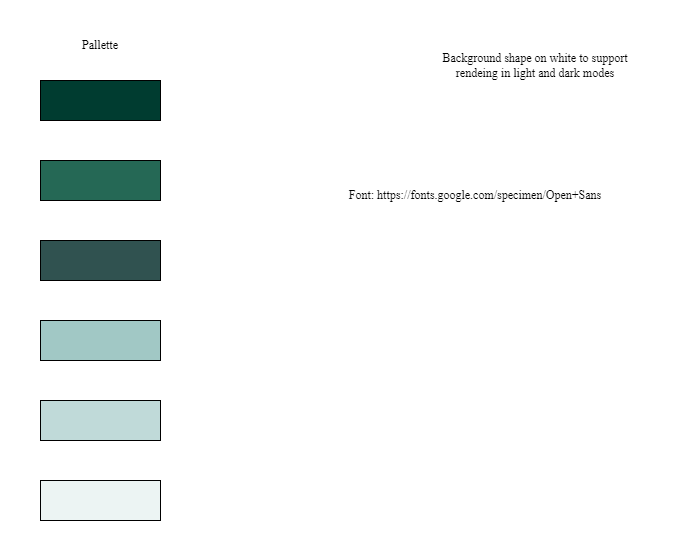
Before: files/templates/Tazama-template.drawio.png, a diagram exported from draw.io (tazama-lf/docs). Source tidied: cells renumbered, new cells last; positions are measured from the earlier drawing's top-left corner, leaving out a move shared by most shapes.
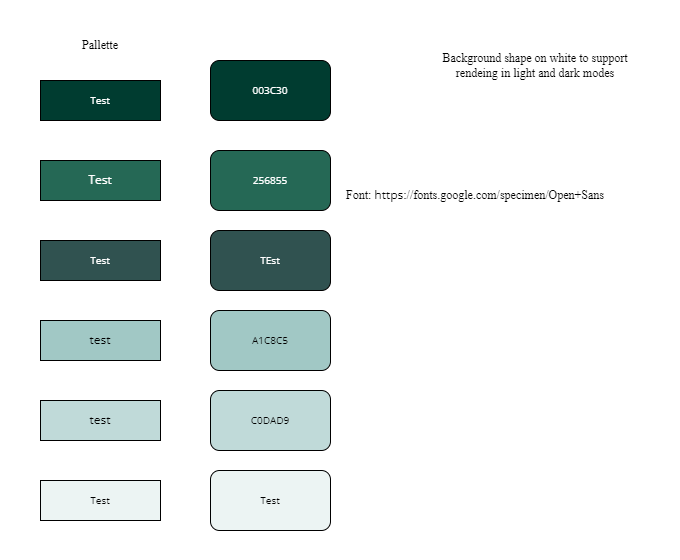
After the change.

Change to the diagram source:
```diff
@@ -5,22 +5,22 @@
     <mxCell id="2" style="rounded=1;whiteSpace=wrap;html=1;strokeColor=none;" parent="1" vertex="1">
       <mxGeometry width="680" height="560" as="geometry" />
     </mxCell>
-    <mxCell id="3" style="rounded=0;whiteSpace=wrap;html=1;fillColor=#003c30;" parent="1" vertex="1">
+    <mxCell id="3" value="&lt;font color=&quot;#ffffff&quot; style=&quot;font-size: 10px;&quot; face=&quot;open sans&quot;&gt;Test&lt;/font&gt;" style="rounded=0;whiteSpace=wrap;html=1;fillColor=#003c30;" parent="1" vertex="1">
       <mxGeometry x="40" y="80" width="120" height="40" as="geometry" />
     </mxCell>
-    <mxCell id="4" style="rounded=0;whiteSpace=wrap;html=1;fillColor=#256855;" parent="1" vertex="1">
+    <mxCell id="4" value="&lt;font color=&quot;#ffffff&quot; face=&quot;open sans&quot;&gt;Test&lt;/font&gt;" style="rounded=0;whiteSpace=wrap;html=1;fillColor=#256855;" parent="1" vertex="1">
       <mxGeometry x="40" y="160" width="120" height="40" as="geometry" />
     </mxCell>
-    <mxCell id="5" style="rounded=0;whiteSpace=wrap;html=1;fillColor=#305250;" parent="1" vertex="1">
+    <mxCell id="5" value="&lt;font color=&quot;#ffffff&quot; style=&quot;font-size: 10px;&quot; face=&quot;open sans&quot;&gt;Test&lt;/font&gt;" style="rounded=0;whiteSpace=wrap;html=1;fillColor=#305250;" parent="1" vertex="1">
       <mxGeometry x="40" y="240" width="120" height="40" as="geometry" />
     </mxCell>
-    <mxCell id="6" style="rounded=0;whiteSpace=wrap;html=1;fillColor=#a1c8c5;" parent="1" vertex="1">
+    <mxCell id="6" value="&lt;font face=&quot;open sans&quot;&gt;test&lt;/font&gt;" style="rounded=0;whiteSpace=wrap;html=1;fillColor=#a1c8c5;" parent="1" vertex="1">
       <mxGeometry x="40" y="320" width="120" height="40" as="geometry" />
     </mxCell>
-    <mxCell id="7" style="rounded=0;whiteSpace=wrap;html=1;fillColor=#c0dad9;" parent="1" vertex="1">
+    <mxCell id="7" value="&lt;font face=&quot;open sans&quot;&gt;test&lt;/font&gt;" style="rounded=0;whiteSpace=wrap;html=1;fillColor=#C0DAD9;" parent="1" vertex="1">
       <mxGeometry x="40" y="400" width="120" height="40" as="geometry" />
     </mxCell>
-    <mxCell id="8" style="rounded=0;whiteSpace=wrap;html=1;fillColor=#ecf4f3;" parent="1" vertex="1">
+    <mxCell id="8" value="&lt;font style=&quot;font-size: 10px;&quot; face=&quot;open sans&quot;&gt;Test&lt;/font&gt;" style="rounded=0;whiteSpace=wrap;html=1;fillColor=#ecf4f3;" parent="1" vertex="1">
       <mxGeometry x="40" y="480" width="120" height="40" as="geometry" />
     </mxCell>
     <mxCell id="9" value="Background shape on white to support rendeing in light and dark modes" style="text;html=1;align=center;verticalAlign=middle;whiteSpace=wrap;rounded=0;fontFamily=https://fonts.google.com/specimen/Open+Sans;" parent="1" vertex="1">
@@ -29,8 +29,26 @@
     <mxCell id="10" value="Pallette" style="text;html=1;align=center;verticalAlign=middle;whiteSpace=wrap;rounded=0;fontFamily=https://fonts.google.com/specimen/Open+Sans;" parent="1" vertex="1">
       <mxGeometry x="40" y="30" width="120" height="30" as="geometry" />
     </mxCell>
-    <mxCell id="11" value="Font:&amp;nbsp;https://fonts.google.com/specimen/Open+Sans" style="text;html=1;align=center;verticalAlign=middle;whiteSpace=wrap;rounded=0;fontFamily=https://fonts.google.com/specimen/Open+Sans;" parent="1" vertex="1">
+    <mxCell id="11" value="Font:&amp;nbsp;&lt;font face=&quot;open sans&quot;&gt;https&lt;/font&gt;://fonts.google.com/specimen/Open+Sans" style="text;html=1;align=center;verticalAlign=middle;whiteSpace=wrap;rounded=0;fontFamily=https://fonts.google.com/specimen/Open+Sans;" parent="1" vertex="1">
       <mxGeometry x="310" y="180" width="330" height="30" as="geometry" />
     </mxCell>
+    <mxCell id="12" value="&lt;font style=&quot;font-size: 10px;&quot; face=&quot;open sans&quot;&gt;C0DAD9&lt;/font&gt;" style="rounded=1;whiteSpace=wrap;html=1;fillColor=#C0DAD9;" parent="1" vertex="1">
+      <mxGeometry x="210" y="390" width="120" height="60" as="geometry" />
+    </mxCell>
+    <mxCell id="13" value="&lt;font style=&quot;font-size: 10px;&quot; face=&quot;open sans&quot;&gt;A1C8C5&lt;/font&gt;" style="rounded=1;whiteSpace=wrap;html=1;fillColor=#A1C8C5;" parent="1" vertex="1">
+      <mxGeometry x="210" y="310" width="120" height="60" as="geometry" />
+    </mxCell>
+    <mxCell id="14" value="&lt;font style=&quot;font-size: 10px;&quot; face=&quot;open sans&quot; color=&quot;#ffffff&quot;&gt;TEst&lt;/font&gt;" style="rounded=1;whiteSpace=wrap;html=1;fillColor=#305250;" parent="1" vertex="1">
+      <mxGeometry x="210" y="230" width="120" height="60" as="geometry" />
+    </mxCell>
+    <mxCell id="15" value="&lt;font style=&quot;font-size: 10px;&quot; color=&quot;#ffffff&quot; face=&quot;open sans&quot;&gt;256855&lt;/font&gt;" style="rounded=1;whiteSpace=wrap;html=1;fillColor=#256855;" parent="1" vertex="1">
+      <mxGeometry x="210" y="150" width="120" height="60" as="geometry" />
+    </mxCell>
+    <mxCell id="16" value="&lt;font color=&quot;#ffffff&quot; style=&quot;font-size: 10px;&quot; face=&quot;open sans&quot;&gt;003C30&lt;/font&gt;" style="rounded=1;whiteSpace=wrap;html=1;fillColor=#003C30;" parent="1" vertex="1">
+      <mxGeometry x="210" y="60" width="120" height="60" as="geometry" />
+    </mxCell>
+    <mxCell id="17" value="&lt;font style=&quot;font-size: 10px;&quot; face=&quot;open sans&quot;&gt;Test&lt;/font&gt;" style="rounded=1;whiteSpace=wrap;html=1;fillColor=#ECF4F3;" parent="1" vertex="1">
+      <mxGeometry x="210" y="470" width="120" height="60" as="geometry" />
+    </mxCell>
   </root>
 </mxGraphModel>
```
